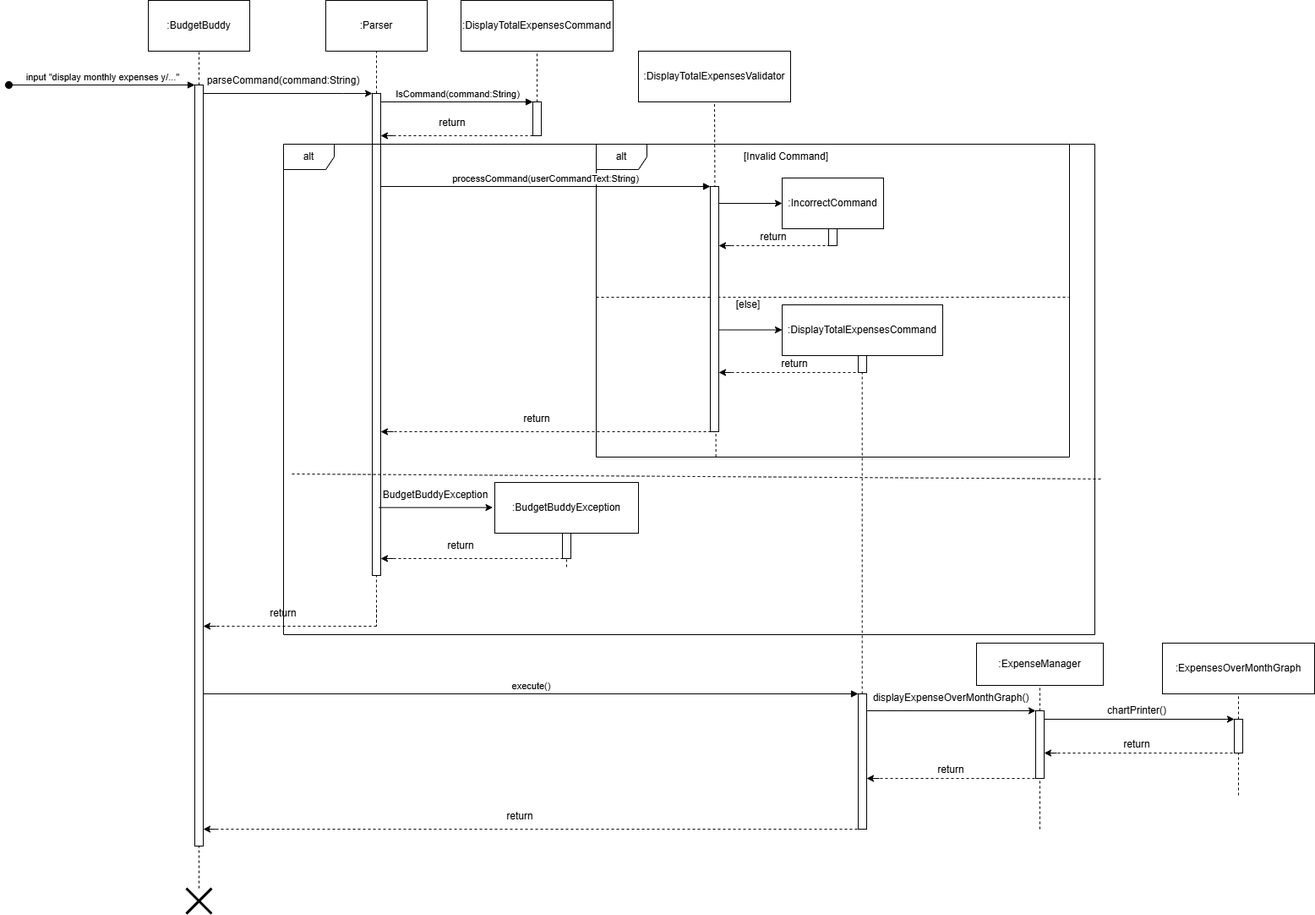
Earlier version of the draw.io export docs/diagrams/DisplayMonthlyExpenses.drawio.png (telferang/tp). Source tidied: cells renumbered, new cells last; positions are measured from the earlier drawing's top-left corner, leaving out a move shared by most shapes.
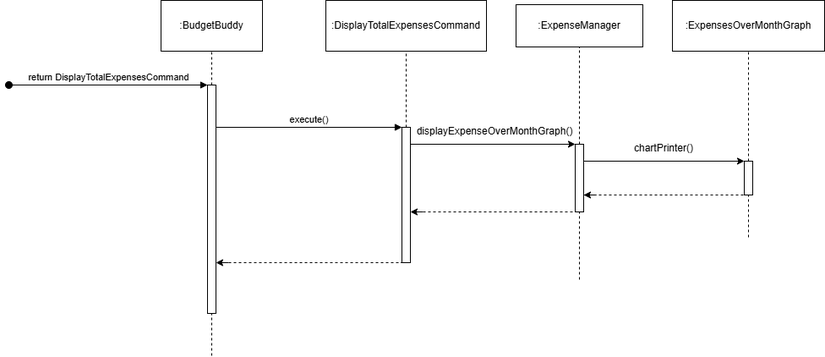
Later version of the same file.

The edit, as a diff of the source:
```diff
@@ -10,5 +10,5 @@
     </mxCell>
-    <mxCell id="4" value="input &quot;display monthly expenses y/...&quot;" style="html=1;verticalAlign=bottom;startArrow=oval;startFill=1;endArrow=block;startSize=8;curved=0;rounded=0;" parent="1" edge="1">
+    <mxCell id="4" value="return DisplayTotalExpensesCommand" style="html=1;verticalAlign=bottom;startArrow=oval;startFill=1;endArrow=block;startSize=8;curved=0;rounded=0;" parent="1" edge="1">
       <mxGeometry relative="1" as="geometry">
-        <mxPoint y="100" as="sourcePoint" />
+        <mxPoint x="-15" y="100" as="sourcePoint" />
         <mxPoint x="220" y="100" as="targetPoint" />
@@ -16,243 +16,25 @@
     </mxCell>
-    <mxCell id="5" style="endArrow=none;dashed=1;html=1;rounded=0;entryX=0.5;entryY=1;entryDx=0;entryDy=0;" parent="1" edge="1" source="7" target="6">
-      <mxGeometry relative="1" as="geometry" />
+    <mxCell id="5" style="endArrow=none;dashed=1;html=1;rounded=0;entryX=0.5;entryY=1;entryDx=0;entryDy=0;" parent="1" edge="1" target="6">
+      <mxGeometry relative="1" as="geometry">
+        <mxPoint x="225" y="420" as="sourcePoint" />
+      </mxGeometry>
     </mxCell>
     <mxCell id="6" style="html=1;points=[[0,0,0,0,5],[0,1,0,0,-5],[1,0,0,0,5],[1,1,0,0,-5]];perimeter=orthogonalPerimeter;outlineConnect=0;targetShapes=umlLifeline;portConstraint=eastwest;newEdgeStyle={&quot;curved&quot;:0,&quot;rounded&quot;:0};" parent="1" vertex="1">
-      <mxGeometry x="220" y="100" width="10" height="900" as="geometry" />
+      <mxGeometry x="220" y="100" width="10" height="270" as="geometry" />
     </mxCell>
-    <mxCell id="7" style="shape=umlDestroy;whiteSpace=wrap;html=1;strokeWidth=3;targetShapes=umlLifeline;" parent="1" vertex="1">
-      <mxGeometry x="210" y="1050" width="30" height="30" as="geometry" />
-    </mxCell>
-    <mxCell id="8" style="endArrow=classic;html=1;rounded=0;" parent="1" edge="1">
-      <mxGeometry relative="1" as="geometry">
-        <mxPoint x="230" y="110" as="sourcePoint" />
-        <mxPoint x="430" y="110" as="targetPoint" />
-        <Array as="points">
-          <mxPoint x="395" y="110" />
-        </Array>
-      </mxGeometry>
-    </mxCell>
-    <mxCell id="9" value="parseCommand(command:String)" style="text;html=1;align=center;verticalAlign=middle;whiteSpace=wrap;rounded=0;" parent="1" vertex="1">
-      <mxGeometry x="295" y="80" width="60" height="30" as="geometry" />
-    </mxCell>
-    <mxCell id="10" value=":Parser" style="rounded=0;whiteSpace=wrap;html=1;" parent="1" vertex="1">
-      <mxGeometry x="375" width="120" height="60" as="geometry" />
-    </mxCell>
-    <mxCell id="11" style="endArrow=none;dashed=1;html=1;rounded=0;entryX=0.5;entryY=1;entryDx=0;entryDy=0;" parent="1" edge="1" source="13" target="10">
-      <mxGeometry relative="1" as="geometry" />
-    </mxCell>
-    <mxCell id="12" style="endArrow=none;dashed=1;html=1;rounded=0;" parent="1" edge="1">
-      <mxGeometry relative="1" as="geometry">
-        <mxPoint x="435" y="720" as="sourcePoint" />
-        <mxPoint x="434.8" y="570" as="targetPoint" />
-        <Array as="points">
-          <mxPoint x="435" y="740" />
-          <mxPoint x="435" y="720" />
-        </Array>
-      </mxGeometry>
-    </mxCell>
-    <mxCell id="13" style="html=1;points=[[0,0,0,0,5],[0,1,0,0,-5],[1,0,0,0,5],[1,1,0,0,-5]];perimeter=orthogonalPerimeter;outlineConnect=0;targetShapes=umlLifeline;portConstraint=eastwest;newEdgeStyle={&quot;curved&quot;:0,&quot;rounded&quot;:0};" parent="1" vertex="1">
-      <mxGeometry x="430" y="110" width="10" height="570" as="geometry" />
-    </mxCell>
-    <mxCell id="14" value=":DisplayTotalExpensesCommand" style="rounded=0;whiteSpace=wrap;html=1;" parent="1" vertex="1">
-      <mxGeometry x="535" width="180" height="60" as="geometry" />
-    </mxCell>
-    <mxCell id="15" style="endArrow=none;dashed=1;html=1;rounded=0;entryX=0.5;entryY=1;entryDx=0;entryDy=0;" parent="1" edge="1" source="17" target="14">
-      <mxGeometry relative="1" as="geometry" />
-    </mxCell>
-    <mxCell id="16" value="IsCommand(command:String)" style="html=1;verticalAlign=bottom;endArrow=block;curved=0;rounded=0;" parent="1" edge="1">
-      <mxGeometry relative="1" as="geometry">
-        <mxPoint x="440" y="120" as="sourcePoint" />
-        <mxPoint x="620" y="120" as="targetPoint" />
-      </mxGeometry>
-    </mxCell>
-    <mxCell id="17" style="html=1;points=[[0,0,0,0,5],[0,1,0,0,-5],[1,0,0,0,5],[1,1,0,0,-5]];perimeter=orthogonalPerimeter;outlineConnect=0;targetShapes=umlLifeline;portConstraint=eastwest;newEdgeStyle={&quot;curved&quot;:0,&quot;rounded&quot;:0};" parent="1" vertex="1">
-      <mxGeometry x="620" y="120" width="10" height="40" as="geometry" />
-    </mxCell>
-    <mxCell id="18" style="endArrow=classic;html=1;rounded=0;" parent="1" edge="1">
-      <mxGeometry relative="1" as="geometry">
-        <mxPoint x="455" y="160" as="sourcePoint" />
-        <mxPoint x="440" y="160" as="targetPoint" />
-      </mxGeometry>
-    </mxCell>
-    <mxCell id="19" style="endArrow=none;dashed=1;html=1;rounded=0;" parent="1" edge="1" target="17">
-      <mxGeometry relative="1" as="geometry">
-        <mxPoint x="455" y="160" as="sourcePoint" />
-      </mxGeometry>
-    </mxCell>
-    <mxCell id="20" value="return" style="text;html=1;align=center;verticalAlign=middle;whiteSpace=wrap;rounded=0;" parent="1" vertex="1">
-      <mxGeometry x="485" y="140" width="80" height="10" as="geometry" />
-    </mxCell>
-    <mxCell id="21" value=":DisplayTotalExpensesValidator" style="rounded=0;whiteSpace=wrap;html=1;" parent="1" vertex="1">
-      <mxGeometry x="745" y="60" width="180" height="60" as="geometry" />
-    </mxCell>
-    <mxCell id="22" style="endArrow=none;dashed=1;html=1;rounded=0;entryX=0.5;entryY=1;entryDx=0;entryDy=0;exitX=0.253;exitY=0.999;exitDx=0;exitDy=0;exitPerimeter=0;" parent="1" edge="1" source="23" target="21">
-      <mxGeometry relative="1" as="geometry" />
-    </mxCell>
-    <mxCell id="23" value="alt" style="shape=umlFrame;whiteSpace=wrap;html=1;" parent="1" vertex="1">
-      <mxGeometry x="695" y="170" width="560" height="370" as="geometry" />
-    </mxCell>
-    <mxCell id="24" style="endArrow=none;dashed=1;html=1;rounded=0;entryX=0.998;entryY=0.489;entryDx=0;entryDy=0;entryPerimeter=0;" parent="1" edge="1" target="23">
-      <mxGeometry relative="1" as="geometry">
-        <mxPoint x="695" y="351" as="sourcePoint" />
-      </mxGeometry>
-    </mxCell>
-    <mxCell id="25" value="[Invalid Command]" style="text;html=1;align=center;verticalAlign=middle;whiteSpace=wrap;rounded=0;" parent="1" vertex="1">
-      <mxGeometry x="825" y="170" width="190" height="30" as="geometry" />
-    </mxCell>
-    <mxCell id="26" style="html=1;points=[[0,0,0,0,5],[0,1,0,0,-5],[1,0,0,0,5],[1,1,0,0,-5]];perimeter=orthogonalPerimeter;outlineConnect=0;targetShapes=umlLifeline;portConstraint=eastwest;newEdgeStyle={&quot;curved&quot;:0,&quot;rounded&quot;:0};" parent="1" vertex="1">
-      <mxGeometry x="830" y="220" width="10" height="290" as="geometry" />
-    </mxCell>
-    <mxCell id="27" style="endArrow=classic;html=1;rounded=0;" parent="1" edge="1">
-      <mxGeometry relative="1" as="geometry">
-        <mxPoint x="840" y="240" as="sourcePoint" />
-        <mxPoint x="915" y="240" as="targetPoint" />
-      </mxGeometry>
-    </mxCell>
-    <mxCell id="28" value=":IncorrectCommand" style="rounded=0;whiteSpace=wrap;html=1;" parent="1" vertex="1">
-      <mxGeometry x="915" y="210" width="120" height="60" as="geometry" />
-    </mxCell>
-    <mxCell id="29" style="html=1;perimeter=orthogonalPerimeter;targetShapes=umlLifeline;newEdgeStyle={&quot;curved&quot;:0,&quot;rounded&quot;:0};" parent="1" vertex="1">
-      <mxGeometry x="970" y="270" width="10" height="20" as="geometry" />
-    </mxCell>
-    <mxCell id="30" style="endArrow=none;dashed=1;html=1;rounded=0;" parent="1" edge="1">
-      <mxGeometry relative="1" as="geometry">
-        <mxPoint x="855" y="290" as="sourcePoint" />
-        <mxPoint x="970" y="290" as="targetPoint" />
-      </mxGeometry>
-    </mxCell>
-    <mxCell id="31" style="endArrow=classic;html=1;rounded=0;" parent="1" edge="1">
-      <mxGeometry relative="1" as="geometry">
-        <mxPoint x="855" y="290" as="sourcePoint" />
-        <mxPoint x="840" y="290" as="targetPoint" />
-      </mxGeometry>
-    </mxCell>
-    <mxCell id="32" value="return" style="text;html=1;align=center;verticalAlign=middle;whiteSpace=wrap;rounded=0;" parent="1" vertex="1">
-      <mxGeometry x="865" y="275" width="80" height="10" as="geometry" />
-    </mxCell>
-    <mxCell id="33" value="[else]" style="text;html=1;align=center;verticalAlign=middle;whiteSpace=wrap;rounded=0;" parent="1" vertex="1">
-      <mxGeometry x="780" y="345" width="190" height="30" as="geometry" />
-    </mxCell>
-    <mxCell id="34" style="endArrow=classic;html=1;rounded=0;" parent="1" edge="1">
-      <mxGeometry relative="1" as="geometry">
-        <mxPoint x="840" y="389.6" as="sourcePoint" />
-        <mxPoint x="915" y="389.6" as="targetPoint" />
-      </mxGeometry>
-    </mxCell>
     <mxCell id="35" value=":DisplayTotalExpensesCommand" style="rounded=0;whiteSpace=wrap;html=1;" parent="1" vertex="1">
-      <mxGeometry x="915" y="360" width="190" height="60" as="geometry" />
+      <mxGeometry x="360" width="190" height="60" as="geometry" />
     </mxCell>
-    <mxCell id="36" style="html=1;points=[[0,0,0,0,5],[0,1,0,0,-5],[1,0,0,0,5],[1,1,0,0,-5]];perimeter=orthogonalPerimeter;outlineConnect=0;targetShapes=umlLifeline;portConstraint=eastwest;newEdgeStyle={&quot;curved&quot;:0,&quot;rounded&quot;:0};" parent="1" vertex="1">
-      <mxGeometry x="1005" y="420" width="10" height="20" as="geometry" />
-    </mxCell>
-    <mxCell id="37" style="endArrow=classic;html=1;rounded=0;" parent="1" edge="1">
-      <mxGeometry relative="1" as="geometry">
-        <mxPoint x="855" y="440" as="sourcePoint" />
-        <mxPoint x="840" y="440" as="targetPoint" />
-      </mxGeometry>
-    </mxCell>
-    <mxCell id="38" style="endArrow=none;dashed=1;html=1;rounded=0;" parent="1" edge="1" target="36">
-      <mxGeometry relative="1" as="geometry">
-        <mxPoint x="855" y="440" as="sourcePoint" />
-      </mxGeometry>
-    </mxCell>
-    <mxCell id="39" value="return" style="text;html=1;align=center;verticalAlign=middle;whiteSpace=wrap;rounded=0;" parent="1" vertex="1">
-      <mxGeometry x="890" y="425" width="80" height="10" as="geometry" />
-    </mxCell>
-    <mxCell id="40" value="alt" style="shape=umlFrame;whiteSpace=wrap;html=1;" parent="1" vertex="1">
-      <mxGeometry x="325" y="170" width="960" height="580" as="geometry" />
-    </mxCell>
-    <mxCell id="41" value="processCommand(userCommandText:String)" style="html=1;verticalAlign=bottom;endArrow=block;curved=0;rounded=0;" parent="1" edge="1" target="26">
-      <mxGeometry relative="1" as="geometry">
-        <mxPoint x="440" y="220" as="sourcePoint" />
-      </mxGeometry>
-    </mxCell>
-    <mxCell id="42" style="endArrow=none;dashed=1;html=1;rounded=0;" parent="1" edge="1" target="26">
-      <mxGeometry relative="1" as="geometry">
-        <mxPoint x="450" y="510" as="sourcePoint" />
-      </mxGeometry>
-    </mxCell>
-    <mxCell id="43" style="endArrow=classic;html=1;rounded=0;" parent="1" edge="1">
-      <mxGeometry relative="1" as="geometry">
-        <mxPoint x="455" y="510" as="sourcePoint" />
-        <mxPoint x="440" y="510" as="targetPoint" />
-      </mxGeometry>
-    </mxCell>
-    <mxCell id="44" value="return" style="text;html=1;align=center;verticalAlign=middle;whiteSpace=wrap;rounded=0;" parent="1" vertex="1">
-      <mxGeometry x="585" y="490" width="80" height="10" as="geometry" />
-    </mxCell>
-    <mxCell id="45" style="endArrow=none;dashed=1;html=1;rounded=0;entryX=0.997;entryY=0.623;entryDx=0;entryDy=0;entryPerimeter=0;" parent="1" edge="1">
-      <mxGeometry relative="1" as="geometry">
-        <mxPoint x="335" y="560" as="sourcePoint" />
-        <mxPoint x="1292.1" y="565.9" as="targetPoint" />
-      </mxGeometry>
-    </mxCell>
-    <mxCell id="46" style="endArrow=classic;html=1;rounded=0;entryX=0;entryY=1;entryDx=0;entryDy=0;" parent="1" edge="1">
-      <mxGeometry relative="1" as="geometry">
-        <mxPoint x="437.5" y="599.7" as="sourcePoint" />
-        <mxPoint x="572.5" y="599.7" as="targetPoint" />
-      </mxGeometry>
-    </mxCell>
-    <mxCell id="47" value=":BudgetBuddyException" style="rounded=0;whiteSpace=wrap;html=1;" parent="1" vertex="1">
-      <mxGeometry x="575" y="570" width="170" height="60" as="geometry" />
-    </mxCell>
-    <mxCell id="48" style="html=1;perimeter=orthogonalPerimeter;targetShapes=umlLifeline;newEdgeStyle={&quot;curved&quot;:0,&quot;rounded&quot;:0};" parent="1" vertex="1">
-      <mxGeometry x="655" y="630" width="10" height="30" as="geometry" />
-    </mxCell>
-    <mxCell id="49" style="endArrow=none;dashed=1;html=1;rounded=0;" parent="1" edge="1">
-      <mxGeometry relative="1" as="geometry">
-        <mxPoint x="455" y="660" as="sourcePoint" />
-        <mxPoint x="665" y="660" as="targetPoint" />
-      </mxGeometry>
-    </mxCell>
-    <mxCell id="50" style="endArrow=classic;html=1;rounded=0;" parent="1" edge="1">
-      <mxGeometry relative="1" as="geometry">
-        <mxPoint x="455" y="660" as="sourcePoint" />
-        <mxPoint x="440" y="660" as="targetPoint" />
-      </mxGeometry>
-    </mxCell>
-    <mxCell id="51" value="return" style="text;html=1;align=center;verticalAlign=middle;whiteSpace=wrap;rounded=0;" parent="1" vertex="1">
-      <mxGeometry x="495" y="640" width="80" height="10" as="geometry" />
-    </mxCell>
-    <mxCell id="52" style="endArrow=none;dashed=1;html=1;rounded=0;" parent="1" edge="1">
-      <mxGeometry relative="1" as="geometry">
-        <mxPoint x="240" y="740" as="sourcePoint" />
-        <mxPoint x="435" y="740" as="targetPoint" />
-      </mxGeometry>
-    </mxCell>
-    <mxCell id="53" value="BudgetBuddyException" style="text;html=1;align=center;verticalAlign=middle;whiteSpace=wrap;rounded=0;" parent="1" vertex="1">
-      <mxGeometry x="475" y="570" width="60" height="30" as="geometry" />
-    </mxCell>
-    <mxCell id="54" style="endArrow=classic;html=1;rounded=0;" parent="1" edge="1">
-      <mxGeometry relative="1" as="geometry">
-        <mxPoint x="245" y="740" as="sourcePoint" />
-        <mxPoint x="230" y="740" as="targetPoint" />
-      </mxGeometry>
-    </mxCell>
-    <mxCell id="55" value="return" style="text;html=1;align=center;verticalAlign=middle;whiteSpace=wrap;rounded=0;" parent="1" vertex="1">
-      <mxGeometry x="285" y="720" width="80" height="10" as="geometry" />
-    </mxCell>
     <mxCell id="56" style="html=1;points=[[0,0,0,0,5],[0,1,0,0,-5],[1,0,0,0,5],[1,1,0,0,-5]];perimeter=orthogonalPerimeter;outlineConnect=0;targetShapes=umlLifeline;portConstraint=eastwest;newEdgeStyle={&quot;curved&quot;:0,&quot;rounded&quot;:0};" parent="1" vertex="1">
-      <mxGeometry x="1005" y="820" width="10" height="160" as="geometry" />
+      <mxGeometry x="450" y="150" width="10" height="160" as="geometry" />
     </mxCell>
-    <mxCell id="57" style="endArrow=none;dashed=1;html=1;rounded=0;" parent="1" edge="1" source="56">
-      <mxGeometry relative="1" as="geometry">
-        <mxPoint x="1009.7" y="440" as="targetPoint" />
-      </mxGeometry>
-    </mxCell>
     <mxCell id="58" value="execute()" style="html=1;verticalAlign=bottom;endArrow=block;curved=0;rounded=0;" parent="1" edge="1">
       <mxGeometry relative="1" as="geometry">
-        <mxPoint x="230" y="820" as="sourcePoint" />
-        <mxPoint x="1005" y="820" as="targetPoint" />
+        <mxPoint x="230" y="150" as="sourcePoint" />
+        <mxPoint x="450" y="150" as="targetPoint" />
       </mxGeometry>
     </mxCell>
-    <mxCell id="59" style="endArrow=none;dashed=1;html=1;rounded=0;" parent="1" edge="1">
-      <mxGeometry relative="1" as="geometry">
-        <mxPoint x="659.9" y="670" as="sourcePoint" />
-        <mxPoint x="659.9" y="660" as="targetPoint" />
-      </mxGeometry>
-    </mxCell>
     <mxCell id="60" style="endArrow=classic;html=1;rounded=0;" parent="1" edge="1" target="62">
       <mxGeometry relative="1" as="geometry">
-        <mxPoint x="1015" y="840" as="sourcePoint" />
+        <mxPoint x="460" y="170" as="sourcePoint" />
       </mxGeometry>
@@ -260,6 +42,6 @@
     <mxCell id="61" value=":ExpenseManager" style="rounded=0;whiteSpace=wrap;html=1;" parent="1" vertex="1">
-      <mxGeometry x="1145" y="760" width="150" height="50" as="geometry" />
+      <mxGeometry x="585" y="5" width="150" height="50" as="geometry" />
     </mxCell>
     <mxCell id="62" style="html=1;points=[[0,0,0,0,5],[0,1,0,0,-5],[1,0,0,0,5],[1,1,0,0,-5]];perimeter=orthogonalPerimeter;outlineConnect=0;targetShapes=umlLifeline;portConstraint=eastwest;newEdgeStyle={&quot;curved&quot;:0,&quot;rounded&quot;:0};" parent="1" vertex="1">
-      <mxGeometry x="1215" y="840" width="10" height="80" as="geometry" />
+      <mxGeometry x="655" y="170" width="10" height="80" as="geometry" />
     </mxCell>
@@ -269,8 +51,7 @@
     <mxCell id="64" value="displayExpenseOverMonthGraph()" style="text;html=1;align=center;verticalAlign=middle;whiteSpace=wrap;rounded=0;" parent="1" vertex="1">
-      <mxGeometry x="1105" y="780" width="20" height="90" as="geometry" />
+      <mxGeometry x="550" y="110" width="20" height="90" as="geometry" />
     </mxCell>
-    <mxCell id="65" style="endArrow=none;dashed=1;html=1;rounded=0;" parent="1" edge="1">
+    <mxCell id="65" style="endArrow=none;dashed=1;html=1;rounded=0;" parent="1" edge="1" target="62">
       <mxGeometry relative="1" as="geometry">
-        <mxPoint x="1025" y="920" as="sourcePoint" />
-        <mxPoint x="1220" y="920" as="targetPoint" />
+        <mxPoint x="475" y="250" as="sourcePoint" />
       </mxGeometry>
@@ -279,17 +60,15 @@
       <mxGeometry relative="1" as="geometry">
-        <mxPoint x="1030" y="920" as="sourcePoint" />
-        <mxPoint x="1015" y="920" as="targetPoint" />
+        <mxPoint x="475" y="250" as="sourcePoint" />
+        <mxPoint x="460" y="250" as="targetPoint" />
       </mxGeometry>
     </mxCell>
-    <mxCell id="67" value="return" style="text;html=1;align=center;verticalAlign=middle;whiteSpace=wrap;rounded=0;" parent="1" vertex="1">
-      <mxGeometry x="1075" y="905" width="80" height="10" as="geometry" />
-    </mxCell>
     <mxCell id="68" style="endArrow=none;dashed=1;html=1;rounded=0;" parent="1" edge="1" target="62">
       <mxGeometry relative="1" as="geometry">
-        <mxPoint x="1220" y="980" as="sourcePoint" />
+        <mxPoint x="660" y="330" as="sourcePoint" />
       </mxGeometry>
     </mxCell>
-    <mxCell id="69" style="endArrow=none;dashed=1;html=1;rounded=0;" parent="1" edge="1" target="56">
+    <mxCell id="69" style="endArrow=none;dashed=1;html=1;rounded=0;" parent="1" edge="1">
       <mxGeometry relative="1" as="geometry">
-        <mxPoint x="245" y="980" as="sourcePoint" />
+        <mxPoint x="245" y="310" as="sourcePoint" />
+        <mxPoint x="450" y="310" as="targetPoint" />
       </mxGeometry>
@@ -298,11 +77,8 @@
       <mxGeometry relative="1" as="geometry">
-        <mxPoint x="245" y="980" as="sourcePoint" />
-        <mxPoint x="230" y="980" as="targetPoint" />
+        <mxPoint x="245" y="310" as="sourcePoint" />
+        <mxPoint x="230" y="310" as="targetPoint" />
       </mxGeometry>
     </mxCell>
-    <mxCell id="71" value="return" style="text;html=1;align=center;verticalAlign=middle;whiteSpace=wrap;rounded=0;" parent="1" vertex="1">
-      <mxGeometry x="565" y="960" width="80" height="10" as="geometry" />
-    </mxCell>
     <mxCell id="72" value=":ExpensesOverMonthGraph" style="rounded=0;whiteSpace=wrap;html=1;" parent="1" vertex="1">
-      <mxGeometry x="1365" y="760" width="180" height="60" as="geometry" />
+      <mxGeometry x="770" width="180" height="60" as="geometry" />
     </mxCell>
@@ -313,3 +89,3 @@
       <mxGeometry relative="1" as="geometry">
-        <mxPoint x="1455" y="940" as="sourcePoint" />
+        <mxPoint x="860" y="280" as="sourcePoint" />
       </mxGeometry>
@@ -317,14 +93,12 @@
     <mxCell id="75" style="html=1;points=[[0,0,0,0,5],[0,1,0,0,-5],[1,0,0,0,5],[1,1,0,0,-5]];perimeter=orthogonalPerimeter;outlineConnect=0;targetShapes=umlLifeline;portConstraint=eastwest;newEdgeStyle={&quot;curved&quot;:0,&quot;rounded&quot;:0};" parent="1" vertex="1">
-      <mxGeometry x="1450" y="850" width="10" height="40" as="geometry" />
+      <mxGeometry x="855" y="190" width="10" height="40" as="geometry" />
     </mxCell>
-    <mxCell id="76" style="endArrow=classic;html=1;rounded=0;" parent="1" edge="1">
+    <mxCell id="76" style="endArrow=classic;html=1;rounded=0;" parent="1" edge="1" target="75">
       <mxGeometry relative="1" as="geometry">
-        <mxPoint x="1225" y="850" as="sourcePoint" />
-        <mxPoint x="1450" y="850" as="targetPoint" />
+        <mxPoint x="665" y="190" as="sourcePoint" />
       </mxGeometry>
     </mxCell>
-    <mxCell id="77" style="endArrow=none;dashed=1;html=1;rounded=0;" parent="1" edge="1">
+    <mxCell id="77" style="endArrow=none;dashed=1;html=1;rounded=0;" parent="1" edge="1" target="75">
       <mxGeometry relative="1" as="geometry">
-        <mxPoint x="1235" y="890" as="sourcePoint" />
-        <mxPoint x="1450" y="890" as="targetPoint" />
+        <mxPoint x="665" y="230" as="sourcePoint" />
       </mxGeometry>
@@ -333,12 +107,14 @@
       <mxGeometry relative="1" as="geometry">
-        <mxPoint x="1240" y="890" as="sourcePoint" />
-        <mxPoint x="1225" y="890" as="targetPoint" />
+        <mxPoint x="680" y="230" as="sourcePoint" />
+        <mxPoint x="665" y="230" as="targetPoint" />
       </mxGeometry>
     </mxCell>
-    <mxCell id="79" value="return" style="text;html=1;align=center;verticalAlign=middle;whiteSpace=wrap;rounded=0;" parent="1" vertex="1">
-      <mxGeometry x="1295" y="875" width="80" height="10" as="geometry" />
-    </mxCell>
     <mxCell id="80" value="chartPrinter()" style="text;html=1;align=center;verticalAlign=middle;whiteSpace=wrap;rounded=0;" parent="1" vertex="1">
-      <mxGeometry x="1325" y="795" width="20" height="90" as="geometry" />
+      <mxGeometry x="750" y="130" width="20" height="90" as="geometry" />
     </mxCell>
+    <mxCell id="81" style="endArrow=none;dashed=1;html=1;rounded=0;entryX=0.5;entryY=1;entryDx=0;entryDy=0;" parent="1" edge="1" target="35">
+      <mxGeometry relative="1" as="geometry">
+        <mxPoint x="455" y="150" as="sourcePoint" />
+      </mxGeometry>
+    </mxCell>
   </root>
```
